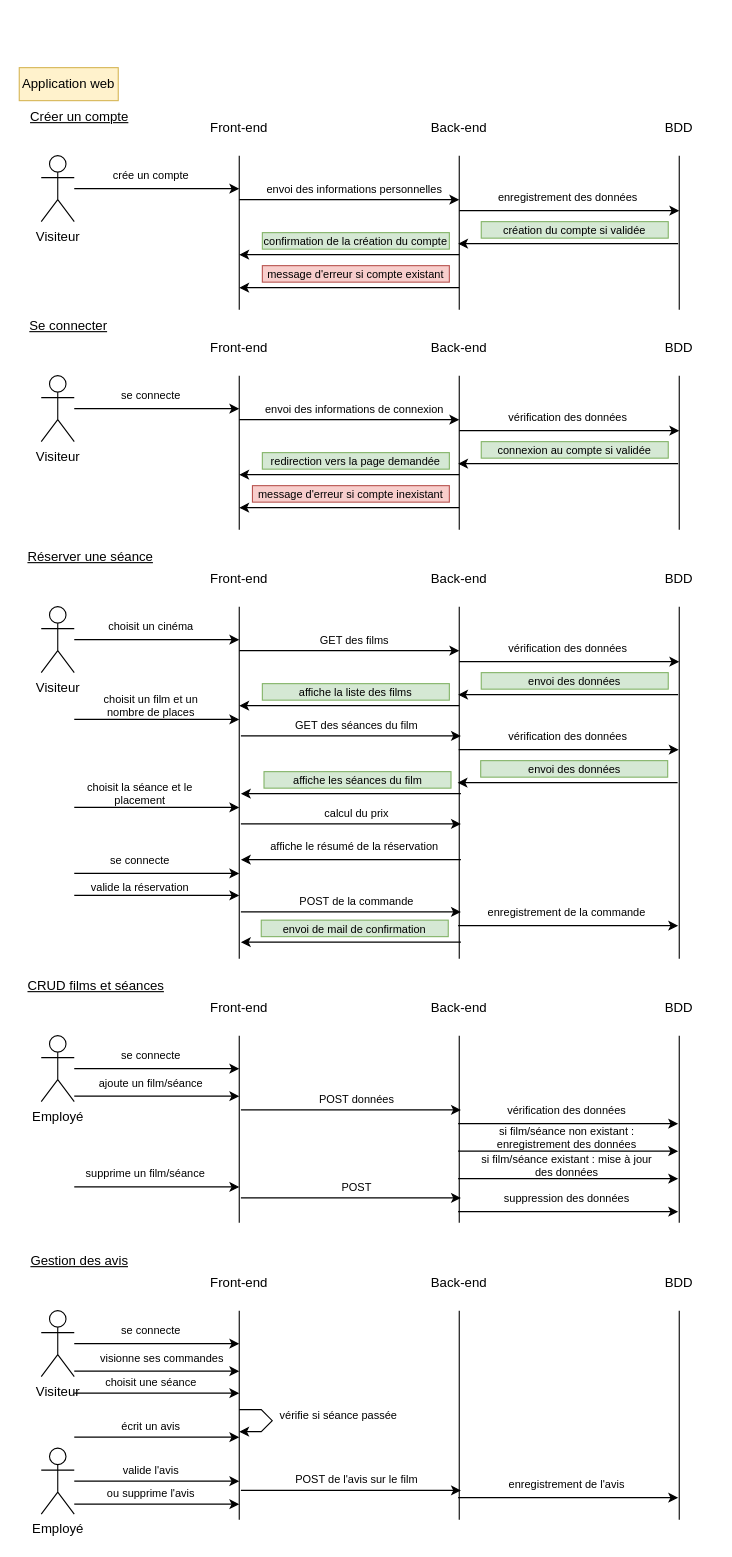
The draw.io diagram charts/sequence_web.drawio in Thifanie/cinephoria, before the edit. Source tidied: cells renumbered, new cells numbered last; positions are measured from the earlier drawing's top-left corner, leaving out a move shared by most shapes. Both pictures are drawn from the tidied source at 110%, with x=0, y=0 at pixel (19, 67).
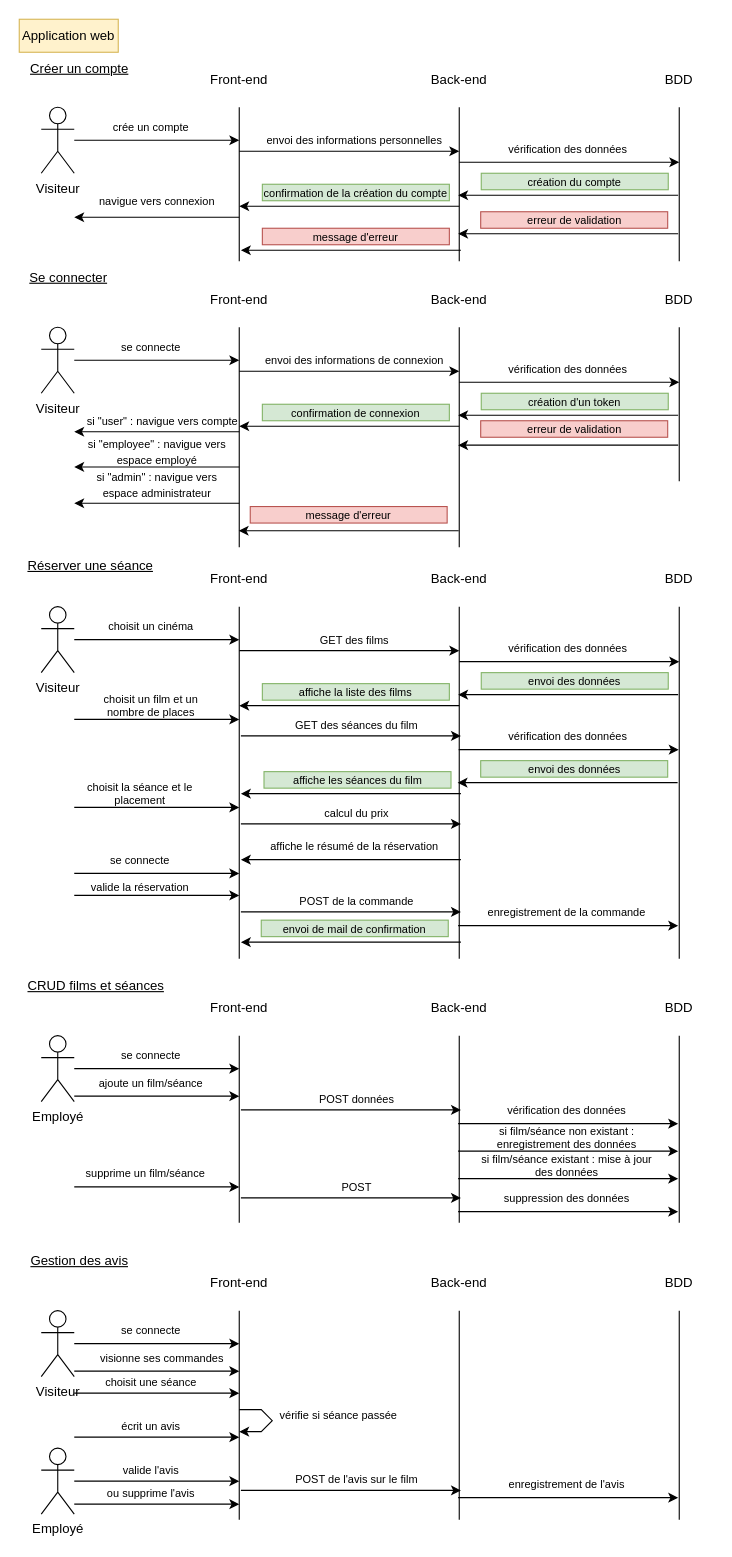
After the change.

Commit message (it also covers changes not shown here):
Mettre à jour sequence_web.drawio

The edit, as a diff of the source:
```diff
@@
     <mxCell id="2" style="edgeStyle=orthogonalEdgeStyle;rounded=0;jettySize=auto;html=1;" parent="1" edge="1" source="3">
       <mxGeometry relative="1" as="geometry">
-        <mxPoint x="200" y="110" as="targetPoint" />
+        <mxPoint x="200" y="66" as="targetPoint" />
       </mxGeometry>
     </mxCell>
     <mxCell id="3" value="Visiteur" style="shape=umlActor;verticalLabelPosition=bottom;verticalAlign=top;html=1;outlineConnect=0;" parent="1" vertex="1">
-      <mxGeometry x="20" y="80" width="30" height="60" as="geometry" />
+      <mxGeometry x="20" y="36" width="30" height="60" as="geometry" />
     </mxCell>
     <mxCell id="4" value="Application web" style="text;html=1;align=center;verticalAlign=middle;whiteSpace=wrap;rounded=0;glass=0;shadow=0;fillColor=#fff2cc;strokeColor=#d6b656;" parent="1" vertex="1">
-      <mxGeometry width="90" height="30" as="geometry" />
+      <mxGeometry y="-44" width="90" height="30" as="geometry" />
     </mxCell>
     <mxCell id="5" value="Créer un compte" style="text;html=1;align=center;verticalAlign=middle;whiteSpace=wrap;rounded=0;fontStyle=4;" parent="1" vertex="1">
-      <mxGeometry y="30" width="110" height="30" as="geometry" />
+      <mxGeometry y="-14" width="110" height="30" as="geometry" />
     </mxCell>
     <mxCell id="6" style="endArrow=none;html=1;rounded=0;" parent="1" edge="1">
       <mxGeometry relative="1" as="geometry">
-        <mxPoint x="200" y="220" as="sourcePoint" />
-        <mxPoint x="200" y="80" as="targetPoint" />
+        <mxPoint x="200" y="176" as="sourcePoint" />
+        <mxPoint x="200" y="36" as="targetPoint" />
       </mxGeometry>
     </mxCell>
     <mxCell id="7" style="endArrow=none;html=1;rounded=0;" parent="1" edge="1">
       <mxGeometry relative="1" as="geometry">
-        <mxPoint x="400" y="220" as="sourcePoint" />
-        <mxPoint x="400" y="80" as="targetPoint" />
+        <mxPoint x="400" y="176" as="sourcePoint" />
+        <mxPoint x="400" y="36" as="targetPoint" />
       </mxGeometry>
     </mxCell>
     <mxCell id="8" style="endArrow=none;html=1;rounded=0;" parent="1" edge="1">
       <mxGeometry relative="1" as="geometry">
-        <mxPoint x="600" y="220" as="sourcePoint" />
-        <mxPoint x="600" y="80" as="targetPoint" />
+        <mxPoint x="600" y="176" as="sourcePoint" />
+        <mxPoint x="600" y="36" as="targetPoint" />
       </mxGeometry>
     </mxCell>
     <mxCell id="9" value="Front-end" style="text;html=1;align=center;verticalAlign=middle;whiteSpace=wrap;rounded=0;" parent="1" vertex="1">
-      <mxGeometry x="170" y="40" width="60" height="30" as="geometry" />
+      <mxGeometry x="170" y="-4" width="60" height="30" as="geometry" />
     </mxCell>
     <mxCell id="10" value="Back-end" style="text;html=1;align=center;verticalAlign=middle;whiteSpace=wrap;rounded=0;" parent="1" vertex="1">
-      <mxGeometry x="370" y="40" width="60" height="30" as="geometry" />
+      <mxGeometry x="370" y="-4" width="60" height="30" as="geometry" />
     </mxCell>
     <mxCell id="11" value="BDD" style="text;html=1;align=center;verticalAlign=middle;whiteSpace=wrap;rounded=0;" parent="1" vertex="1">
-      <mxGeometry x="570" y="40" width="60" height="30" as="geometry" />
+      <mxGeometry x="570" y="-4" width="60" height="30" as="geometry" />
     </mxCell>
     <mxCell id="12" value="crée un compte" style="text;html=1;align=center;verticalAlign=middle;whiteSpace=wrap;rounded=0;fontSize=10;" parent="1" vertex="1">
-      <mxGeometry x="70" y="92.5" width="100" height="10" as="geometry" />
+      <mxGeometry x="70" y="48.5" width="100" height="10" as="geometry" />
     </mxCell>
     <mxCell id="13" style="endArrow=classic;html=1;rounded=0;" parent="1" edge="1">
       <mxGeometry relative="1" as="geometry">
-        <mxPoint x="200" y="120" as="sourcePoint" />
-        <mxPoint x="400" y="120" as="targetPoint" />
+        <mxPoint x="200" y="76" as="sourcePoint" />
+        <mxPoint x="400" y="76" as="targetPoint" />
       </mxGeometry>
     </mxCell>
     <mxCell id="14" value="envoi des informations personnelles" style="text;html=1;align=center;verticalAlign=middle;whiteSpace=wrap;rounded=0;fontSize=10;" parent="1" vertex="1">
-      <mxGeometry x="220" y="102.5" width="170" height="15" as="geometry" />
+      <mxGeometry x="220" y="58.5" width="170" height="15" as="geometry" />
     </mxCell>
     <mxCell id="15" style="endArrow=classic;html=1;rounded=0;" parent="1" edge="1">
       <mxGeometry relative="1" as="geometry">
-        <mxPoint x="400" y="130" as="sourcePoint" />
-        <mxPoint x="600" y="130" as="targetPoint" />
+        <mxPoint x="400" y="86" as="sourcePoint" />
+        <mxPoint x="600" y="86" as="targetPoint" />
       </mxGeometry>
     </mxCell>
-    <mxCell id="16" value="enregistrement des données" style="text;html=1;align=center;verticalAlign=middle;whiteSpace=wrap;rounded=0;fontSize=10;" parent="1" vertex="1">
-      <mxGeometry x="414" y="110" width="170" height="15" as="geometry" />
+    <mxCell id="16" value="vérification des données" style="text;html=1;align=center;verticalAlign=middle;whiteSpace=wrap;rounded=0;fontSize=10;" parent="1" vertex="1">
+      <mxGeometry x="414" y="66" width="170" height="15" as="geometry" />
     </mxCell>
-    <mxCell id="17" value="création du compte si validée" style="text;html=1;align=center;verticalAlign=middle;whiteSpace=wrap;rounded=0;fontSize=10;fillColor=#d5e8d4;strokeColor=#82b366;" parent="1" vertex="1">
-      <mxGeometry x="420" y="140" width="170" height="15" as="geometry" />
+    <mxCell id="17" value="création du compte" style="text;html=1;align=center;verticalAlign=middle;whiteSpace=wrap;rounded=0;fontSize=10;fillColor=#d5e8d4;strokeColor=#82b366;" parent="1" vertex="1">
+      <mxGeometry x="420" y="96" width="170" height="15" as="geometry" />
     </mxCell>
     <mxCell id="18" style="endArrow=classic;html=1;rounded=0;" parent="1" edge="1">
       <mxGeometry relative="1" as="geometry">
-        <mxPoint x="599" y="160" as="sourcePoint" />
-        <mxPoint x="399" y="160" as="targetPoint" />
+        <mxPoint x="599" y="116" as="sourcePoint" />
+        <mxPoint x="399" y="116" as="targetPoint" />
       </mxGeometry>
     </mxCell>
     <mxCell id="19" value="confirmation de la création du compte" style="text;html=1;align=center;verticalAlign=middle;whiteSpace=wrap;rounded=0;fontSize=10;fillColor=#d5e8d4;strokeColor=#82b366;" parent="1" vertex="1">
-      <mxGeometry x="221" y="150" width="170" height="15" as="geometry" />
+      <mxGeometry x="221" y="106" width="170" height="15" as="geometry" />
     </mxCell>
     <mxCell id="20" style="endArrow=classic;html=1;rounded=0;" parent="1" edge="1">
       <mxGeometry relative="1" as="geometry">
-        <mxPoint x="400" y="170" as="sourcePoint" />
-        <mxPoint x="200" y="170" as="targetPoint" />
+        <mxPoint x="400" y="126" as="sourcePoint" />
+        <mxPoint x="200" y="126" as="targetPoint" />
       </mxGeometry>
     </mxCell>
-    <mxCell id="21" value="message d'erreur si compte existant" style="text;html=1;align=center;verticalAlign=middle;whiteSpace=wrap;rounded=0;fontSize=10;fillColor=#f8cecc;strokeColor=#b85450;" parent="1" vertex="1">
-      <mxGeometry x="221" y="180" width="170" height="15" as="geometry" />
+    <mxCell id="21" value="message d'erreur" style="text;html=1;align=center;verticalAlign=middle;whiteSpace=wrap;rounded=0;fontSize=10;fillColor=#f8cecc;strokeColor=#b85450;" parent="1" vertex="1">
+      <mxGeometry x="221" y="146" width="170" height="15" as="geometry" />
     </mxCell>
     <mxCell id="22" style="endArrow=classic;html=1;rounded=0;" parent="1" edge="1">
       <mxGeometry relative="1" as="geometry">
-        <mxPoint x="400" y="200" as="sourcePoint" />
-        <mxPoint x="200" y="200" as="targetPoint" />
+        <mxPoint x="401.5" y="166" as="sourcePoint" />
+        <mxPoint x="201.5" y="166" as="targetPoint" />
       </mxGeometry>
     </mxCell>
     <mxCell id="23" value="Se connecter" style="text;html=1;align=center;verticalAlign=middle;whiteSpace=wrap;rounded=0;fontStyle=4;" parent="1" vertex="1">
-      <mxGeometry y="220" width="90" height="30" as="geometry" />
+      <mxGeometry y="176" width="90" height="30" as="geometry" />
     </mxCell>
     <mxCell id="24" style="edgeStyle=orthogonalEdgeStyle;rounded=0;jettySize=auto;html=1;" parent="1" edge="1" source="25">
       <mxGeometry relative="1" as="geometry">
-        <mxPoint x="200" y="310" as="targetPoint" />
+        <mxPoint x="200" y="266" as="targetPoint" />
       </mxGeometry>
     </mxCell>
     <mxCell id="25" value="Visiteur" style="shape=umlActor;verticalLabelPosition=bottom;verticalAlign=top;html=1;outlineConnect=0;" parent="1" vertex="1">
-      <mxGeometry x="20" y="280" width="30" height="60" as="geometry" />
+      <mxGeometry x="20" y="236" width="30" height="60" as="geometry" />
     </mxCell>
     <mxCell id="26" style="endArrow=none;html=1;rounded=0;" parent="1" edge="1">
       <mxGeometry relative="1" as="geometry">
-        <mxPoint x="200" y="420" as="sourcePoint" />
-        <mxPoint x="200" y="280" as="targetPoint" />
+        <mxPoint x="200" y="436" as="sourcePoint" />
+        <mxPoint x="200" y="236" as="targetPoint" />
       </mxGeometry>
     </mxCell>
     <mxCell id="27" style="endArrow=none;html=1;rounded=0;" parent="1" edge="1">
       <mxGeometry relative="1" as="geometry">
-        <mxPoint x="400" y="420" as="sourcePoint" />
-        <mxPoint x="400" y="280" as="targetPoint" />
+        <mxPoint x="400" y="436" as="sourcePoint" />
+        <mxPoint x="400" y="236" as="targetPoint" />
       </mxGeometry>
     </mxCell>
     <mxCell id="28" style="endArrow=none;html=1;rounded=0;" parent="1" edge="1">
       <mxGeometry relative="1" as="geometry">
-        <mxPoint x="600" y="420" as="sourcePoint" />
-        <mxPoint x="600" y="280" as="targetPoint" />
+        <mxPoint x="600" y="376" as="sourcePoint" />
+        <mxPoint x="600" y="236" as="targetPoint" />
       </mxGeometry>
     </mxCell>
     <mxCell id="29" value="Front-end" style="text;html=1;align=center;verticalAlign=middle;whiteSpace=wrap;rounded=0;" parent="1" vertex="1">
-      <mxGeometry x="170" y="240" width="60" height="30" as="geometry" />
+      <mxGeometry x="170" y="196" width="60" height="30" as="geometry" />
     </mxCell>
     <mxCell id="30" value="Back-end" style="text;html=1;align=center;verticalAlign=middle;whiteSpace=wrap;rounded=0;" parent="1" vertex="1">
-      <mxGeometry x="370" y="240" width="60" height="30" as="geometry" />
+      <mxGeometry x="370" y="196" width="60" height="30" as="geometry" />
     </mxCell>
     <mxCell id="31" value="BDD" style="text;html=1;align=center;verticalAlign=middle;whiteSpace=wrap;rounded=0;" parent="1" vertex="1">
-      <mxGeometry x="570" y="240" width="60" height="30" as="geometry" />
+      <mxGeometry x="570" y="196" width="60" height="30" as="geometry" />
     </mxCell>
     <mxCell id="32" value="se connecte" style="text;html=1;align=center;verticalAlign=middle;whiteSpace=wrap;rounded=0;fontSize=10;" parent="1" vertex="1">
-      <mxGeometry x="70" y="292.5" width="100" height="10" as="geometry" />
+      <mxGeometry x="70" y="248.5" width="100" height="10" as="geometry" />
     </mxCell>
     <mxCell id="33" style="endArrow=classic;html=1;rounded=0;" parent="1" edge="1">
       <mxGeometry relative="1" as="geometry">
-        <mxPoint x="200" y="320" as="sourcePoint" />
-        <mxPoint x="400" y="320" as="targetPoint" />
+        <mxPoint x="200" y="276" as="sourcePoint" />
+        <mxPoint x="400" y="276" as="targetPoint" />
       </mxGeometry>
     </mxCell>
     <mxCell id="34" value="envoi des informations de connexion" style="text;html=1;align=center;verticalAlign=middle;whiteSpace=wrap;rounded=0;fontSize=10;" parent="1" vertex="1">
-      <mxGeometry x="220" y="302.5" width="170" height="15" as="geometry" />
+      <mxGeometry x="220" y="258.5" width="170" height="15" as="geometry" />
     </mxCell>
     <mxCell id="35" style="endArrow=classic;html=1;rounded=0;" parent="1" edge="1">
       <mxGeometry relative="1" as="geometry">
-        <mxPoint x="400" y="330" as="sourcePoint" />
-        <mxPoint x="600" y="330" as="targetPoint" />
+        <mxPoint x="400" y="286" as="sourcePoint" />
+        <mxPoint x="600" y="286" as="targetPoint" />
       </mxGeometry>
     </mxCell>
     <mxCell id="36" value="vérification des données" style="text;html=1;align=center;verticalAlign=middle;whiteSpace=wrap;rounded=0;fontSize=10;" parent="1" vertex="1">
-      <mxGeometry x="414" y="310" width="170" height="15" as="geometry" />
+      <mxGeometry x="414" y="266" width="170" height="15" as="geometry" />
     </mxCell>
-    <mxCell id="37" value="connexion au compte si validée" style="text;html=1;align=center;verticalAlign=middle;whiteSpace=wrap;rounded=0;fontSize=10;fillColor=#d5e8d4;strokeColor=#82b366;" parent="1" vertex="1">
-      <mxGeometry x="420" y="340" width="170" height="15" as="geometry" />
+    <mxCell id="37" value="création d'un token" style="text;html=1;align=center;verticalAlign=middle;whiteSpace=wrap;rounded=0;fontSize=10;fillColor=#d5e8d4;strokeColor=#82b366;" parent="1" vertex="1">
+      <mxGeometry x="420" y="296" width="170" height="15" as="geometry" />
     </mxCell>
     <mxCell id="38" style="endArrow=classic;html=1;rounded=0;" parent="1" edge="1">
       <mxGeometry relative="1" as="geometry">
-        <mxPoint x="599" y="360" as="sourcePoint" />
-        <mxPoint x="399" y="360" as="targetPoint" />
+        <mxPoint x="599" y="316" as="sourcePoint" />
+        <mxPoint x="399" y="316" as="targetPoint" />
       </mxGeometry>
     </mxCell>
-    <mxCell id="39" value="redirection vers la page demandée" style="text;html=1;align=center;verticalAlign=middle;whiteSpace=wrap;rounded=0;fontSize=10;fillColor=#d5e8d4;strokeColor=#82b366;" parent="1" vertex="1">
-      <mxGeometry x="221" y="350" width="170" height="15" as="geometry" />
+    <mxCell id="39" value="confirmation de connexion" style="text;html=1;align=center;verticalAlign=middle;whiteSpace=wrap;rounded=0;fontSize=10;fillColor=#d5e8d4;strokeColor=#82b366;" parent="1" vertex="1">
+      <mxGeometry x="221" y="306" width="170" height="15" as="geometry" />
     </mxCell>
     <mxCell id="40" style="endArrow=classic;html=1;rounded=0;" parent="1" edge="1">
       <mxGeometry relative="1" as="geometry">
-        <mxPoint x="400" y="370" as="sourcePoint" />
-        <mxPoint x="200" y="370" as="targetPoint" />
+        <mxPoint x="400" y="326" as="sourcePoint" />
+        <mxPoint x="200" y="326" as="targetPoint" />
       </mxGeometry>
     </mxCell>
-    <mxCell id="41" value="message d'erreur si compte inexistant" style="text;html=1;align=center;verticalAlign=middle;whiteSpace=wrap;rounded=0;fontSize=10;fillColor=#f8cecc;strokeColor=#b85450;" parent="1" vertex="1">
-      <mxGeometry x="212" y="380" width="179" height="15" as="geometry" />
+    <mxCell id="41" value="message d'erreur" style="text;html=1;align=center;verticalAlign=middle;whiteSpace=wrap;rounded=0;fontSize=10;fillColor=#f8cecc;strokeColor=#b85450;" parent="1" vertex="1">
+      <mxGeometry x="210" y="399" width="179" height="15" as="geometry" />
     </mxCell>
     <mxCell id="42" style="endArrow=classic;html=1;rounded=0;" parent="1" edge="1">
       <mxGeometry relative="1" as="geometry">
-        <mxPoint x="400" y="400" as="sourcePoint" />
-        <mxPoint x="200" y="400" as="targetPoint" />
+        <mxPoint x="399.5" y="421" as="sourcePoint" />
+        <mxPoint x="199.5" y="421" as="targetPoint" />
       </mxGeometry>
     </mxCell>
     <mxCell id="43" value="Réserver une séance" style="text;html=1;align=center;verticalAlign=middle;whiteSpace=wrap;rounded=0;fontStyle=4;" parent="1" vertex="1">
-      <mxGeometry y="430" width="130" height="30" as="geometry" />
+      <mxGeometry y="438" width="130" height="30" as="geometry" />
     </mxCell>
@@
+    <mxCell id="140" style="endArrow=classic;html=1;rounded=0;" parent="1" edge="1">
+      <mxGeometry relative="1" as="geometry">
+        <mxPoint x="200" y="136" as="sourcePoint" />
+        <mxPoint x="50" y="136" as="targetPoint" />
+      </mxGeometry>
+    </mxCell>
+    <mxCell id="141" value="&lt;font style=&quot;font-size: 10px;&quot;&gt;navigue vers connexion&lt;/font&gt;" style="text;html=1;align=center;verticalAlign=middle;strokeColor=none;fillColor=none;" parent="1" vertex="1">
+      <mxGeometry x="60" y="106" width="130" height="30" as="geometry" />
+    </mxCell>
+    <mxCell id="142" value="erreur de validation" style="text;html=1;align=center;verticalAlign=middle;whiteSpace=wrap;rounded=0;fontSize=10;fillColor=#f8cecc;strokeColor=#b85450;" parent="1" vertex="1">
+      <mxGeometry x="419.5" y="131" width="170" height="15" as="geometry" />
+    </mxCell>
+    <mxCell id="143" style="endArrow=classic;html=1;rounded=0;" parent="1" edge="1">
+      <mxGeometry relative="1" as="geometry">
+        <mxPoint x="599" y="151" as="sourcePoint" />
+        <mxPoint x="399" y="151" as="targetPoint" />
+      </mxGeometry>
+    </mxCell>
+    <mxCell id="144" value="erreur de validation" style="text;html=1;align=center;verticalAlign=middle;whiteSpace=wrap;rounded=0;fontSize=10;fillColor=#f8cecc;strokeColor=#b85450;" parent="1" vertex="1">
+      <mxGeometry x="419.5" y="321" width="170" height="15" as="geometry" />
+    </mxCell>
+    <mxCell id="145" style="endArrow=classic;html=1;rounded=0;" parent="1" edge="1">
+      <mxGeometry relative="1" as="geometry">
+        <mxPoint x="599" y="343.2" as="sourcePoint" />
+        <mxPoint x="399" y="343.2" as="targetPoint" />
+      </mxGeometry>
+    </mxCell>
+    <mxCell id="146" value="&lt;font style=&quot;font-size: 10px;&quot;&gt;si &quot;user&quot; : navigue vers compte&lt;/font&gt;" style="text;html=1;align=center;verticalAlign=middle;strokeColor=none;fillColor=none;" parent="1" vertex="1">
+      <mxGeometry x="50" y="306" width="160" height="30" as="geometry" />
+    </mxCell>
+    <mxCell id="147" style="endArrow=classic;html=1;rounded=0;" parent="1" edge="1">
+      <mxGeometry relative="1" as="geometry">
+        <mxPoint x="200" y="331" as="sourcePoint" />
+        <mxPoint x="50" y="331" as="targetPoint" />
+      </mxGeometry>
+    </mxCell>
+    <mxCell id="148" value="&lt;font style=&quot;font-size: 10px;&quot;&gt;si &quot;employee&quot; : navigue vers&lt;/font&gt;&lt;div&gt;&lt;font style=&quot;font-size: 10px;&quot;&gt;espace employé&lt;/font&gt;&lt;/div&gt;" style="text;html=1;align=center;verticalAlign=middle;strokeColor=none;fillColor=none;" parent="1" vertex="1">
+      <mxGeometry x="50" y="328.5" width="150" height="40" as="geometry" />
+    </mxCell>
+    <mxCell id="149" value="&lt;font style=&quot;font-size: 10px;&quot;&gt;si &quot;admin&quot; : navigue vers&lt;/font&gt;&lt;div&gt;&lt;font style=&quot;font-size: 10px;&quot;&gt;espace administrateur&lt;/font&gt;&lt;/div&gt;" style="text;html=1;align=center;verticalAlign=middle;strokeColor=none;fillColor=none;" parent="1" vertex="1">
+      <mxGeometry x="60" y="359" width="130" height="40" as="geometry" />
+    </mxCell>
+    <mxCell id="150" style="endArrow=classic;html=1;rounded=0;" parent="1" edge="1">
+      <mxGeometry relative="1" as="geometry">
+        <mxPoint x="200" y="363" as="sourcePoint" />
+        <mxPoint x="50" y="363" as="targetPoint" />
+      </mxGeometry>
+    </mxCell>
+    <mxCell id="151" style="endArrow=classic;html=1;rounded=0;" parent="1" edge="1">
+      <mxGeometry relative="1" as="geometry">
+        <mxPoint x="200" y="396" as="sourcePoint" />
+        <mxPoint x="50" y="396" as="targetPoint" />
+      </mxGeometry>
+    </mxCell>
```
